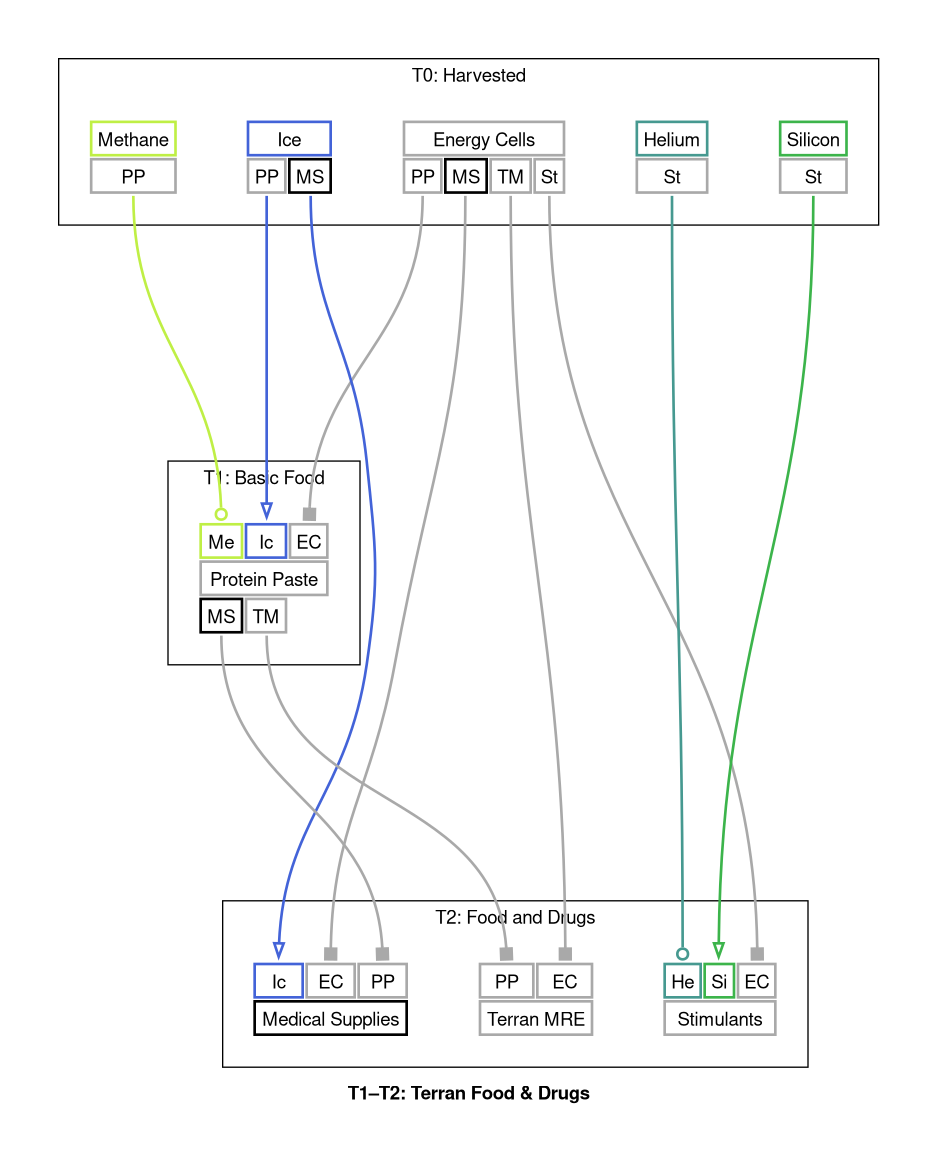
Before: docs/t1_t2_terran_food_drugs_graph_full.png, a diagram exported from Graphviz (borntyping/x4-diagrams). Its source is kept beside it as docs/t1_t2_terran_food_drugs_graph_full.dot.
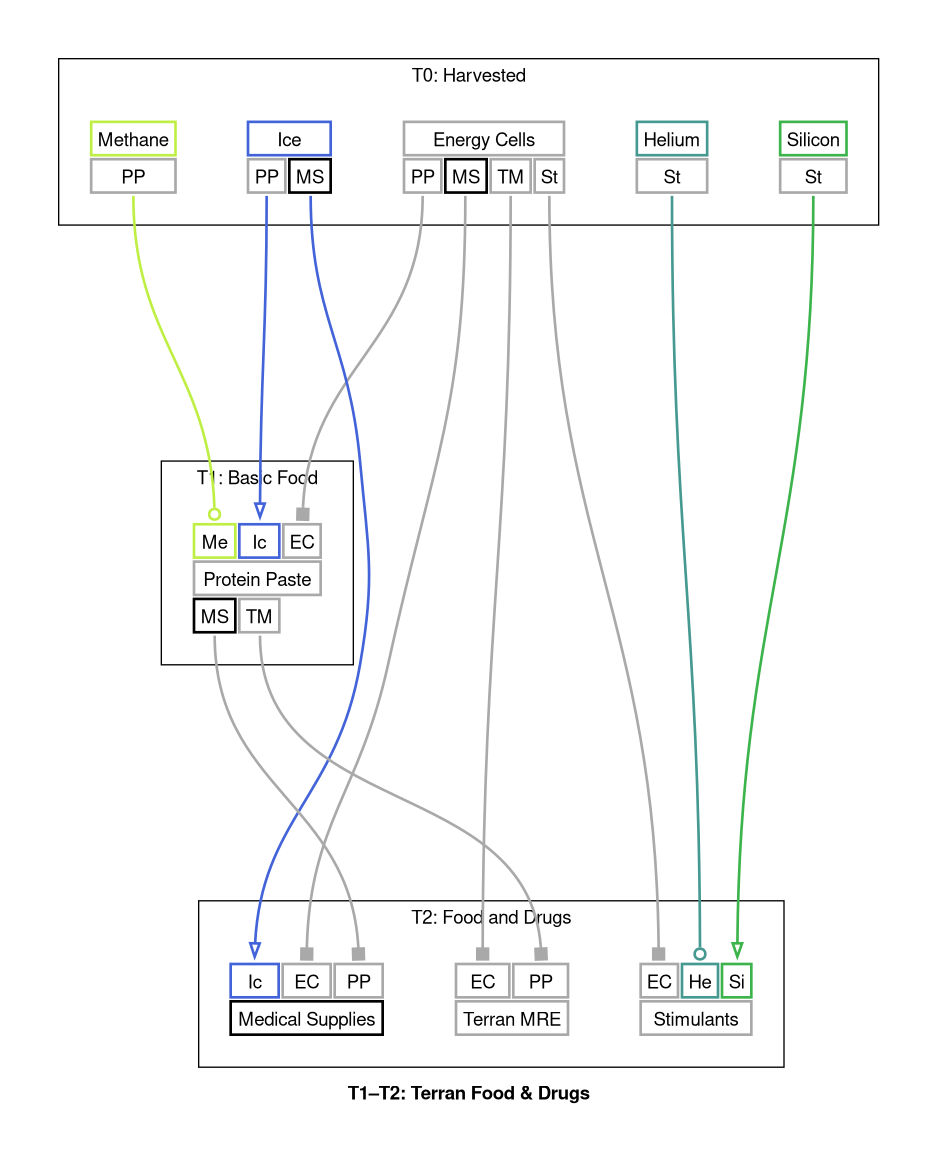
Later version of the same file.

Change to the diagram source:
```diff
@@ -132,11 +132,11 @@
 
     <tr>
 
+        <td align="text" bgcolor="white" color="#a9a9a9" port="energy_cells">EC</td>
+
         <td align="text" bgcolor="white" color="#469990" port="helium">He</td>
 
         <td align="text" bgcolor="white" color="#3cb44b" port="silicon">Si</td>
-
-        <td align="text" bgcolor="white" color="#a9a9a9" port="energy_cells">EC</td>
 
     </tr>
 
@@ -149,9 +149,9 @@
 
     <tr>
 
+        <td align="text" bgcolor="white" color="#a9a9a9" port="energy_cells">EC</td>
+
         <td align="text" bgcolor="white" color="#a9a9a9" port="protein_paste">PP</td>
-
-        <td align="text" bgcolor="white" color="#a9a9a9" port="energy_cells">EC</td>
 
     </tr>
 
```
